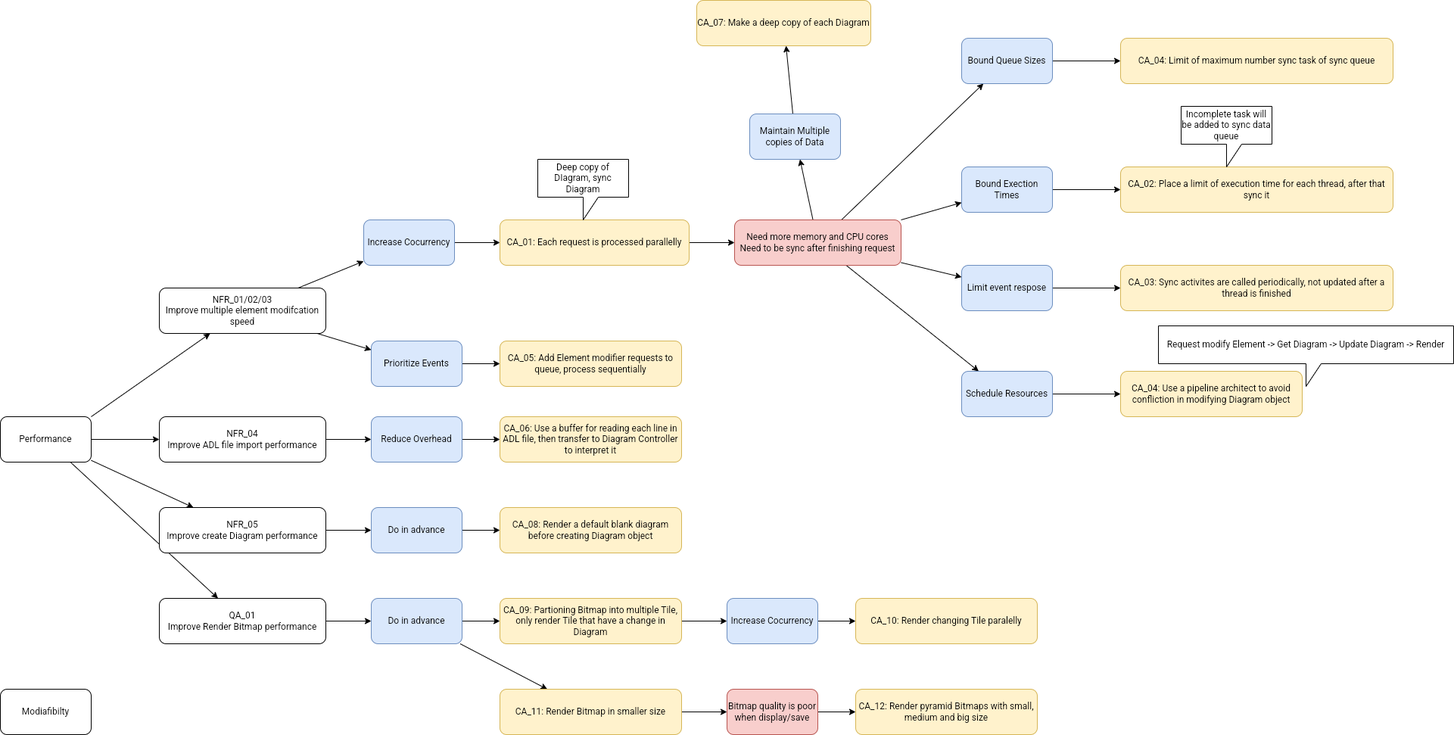
Earlier version of the draw.io export img/CA.drawio.png (phunm211/SW-Associate-Architecture). Source tidied: cells renumbered, new cells last; positions are measured from the earlier drawing's top-left corner, leaving out a move shared by most shapes.
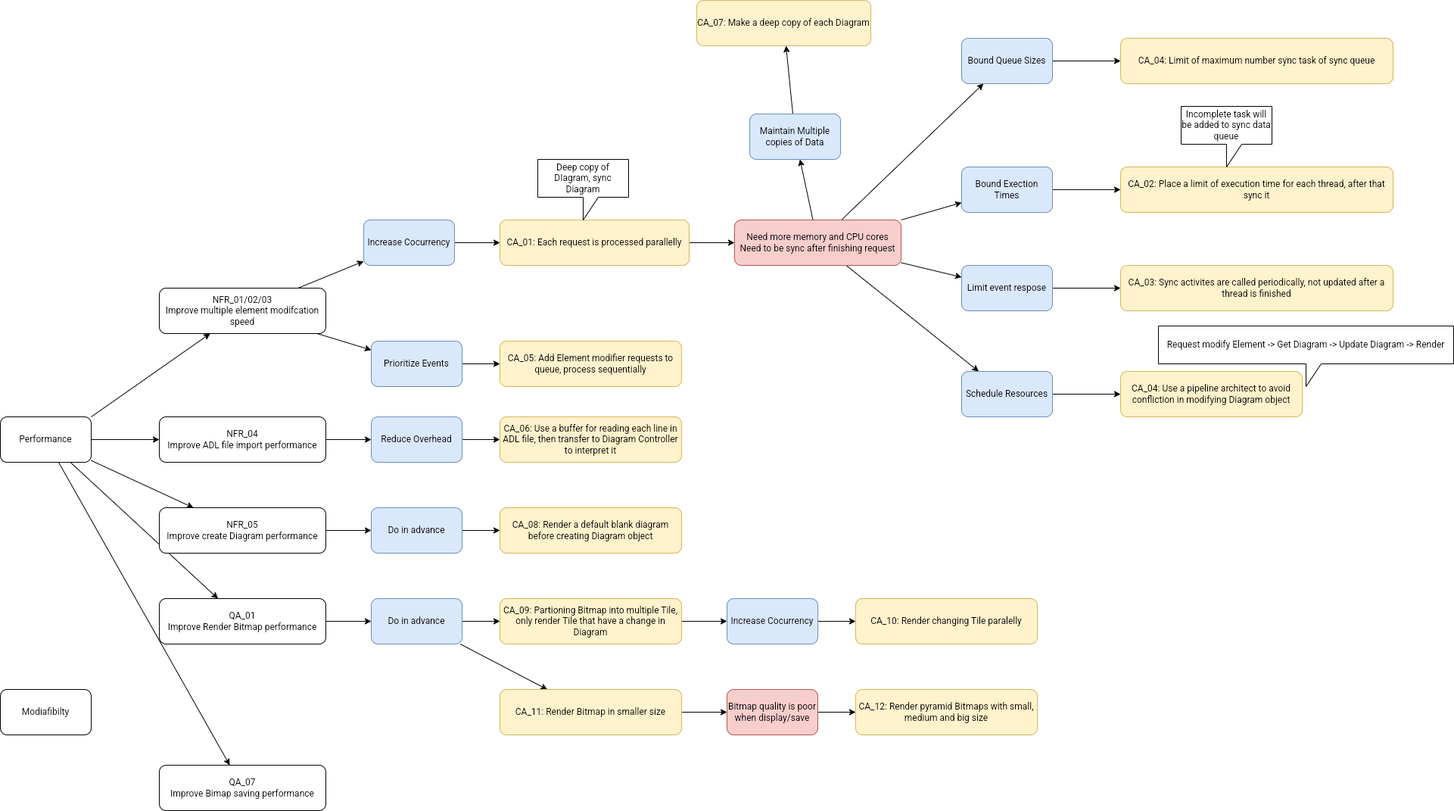
After the change.

What changed in the source:
```diff
@@ -11,6 +11,9 @@
     <mxCell id="4" style="edgeStyle=none;rounded=0;jettySize=auto;html=1;" parent="1" edge="1" source="5" target="45">
       <mxGeometry relative="1" as="geometry" />
     </mxCell>
+    <mxCell id="67" style="rounded=0;jettySize=auto;html=1;" parent="1" edge="1" source="5" target="68">
+      <mxGeometry relative="1" as="geometry" />
+    </mxCell>
     <mxCell id="5" value="Performance" style="rounded=1;whiteSpace=wrap;html=1;" parent="1" vertex="1">
       <mxGeometry y="550" width="120" height="60" as="geometry" />
     </mxCell>
@@ -197,5 +200,8 @@
     <mxCell id="66" value="CA_12: Render pyramid Bitmaps with small, medium and big size" style="rounded=1;whiteSpace=wrap;html=1;fillColor=#fff2cc;strokeColor=#d6b656;" parent="1" vertex="1">
       <mxGeometry x="1130" y="910" width="240" height="60" as="geometry" />
     </mxCell>
+    <mxCell id="68" value="QA_07&lt;br&gt;Improve Bimap saving performance" style="rounded=1;whiteSpace=wrap;html=1;" parent="1" vertex="1">
+      <mxGeometry x="210" y="1010" width="220" height="60" as="geometry" />
+    </mxCell>
   </root>
 </mxGraphModel>
```
